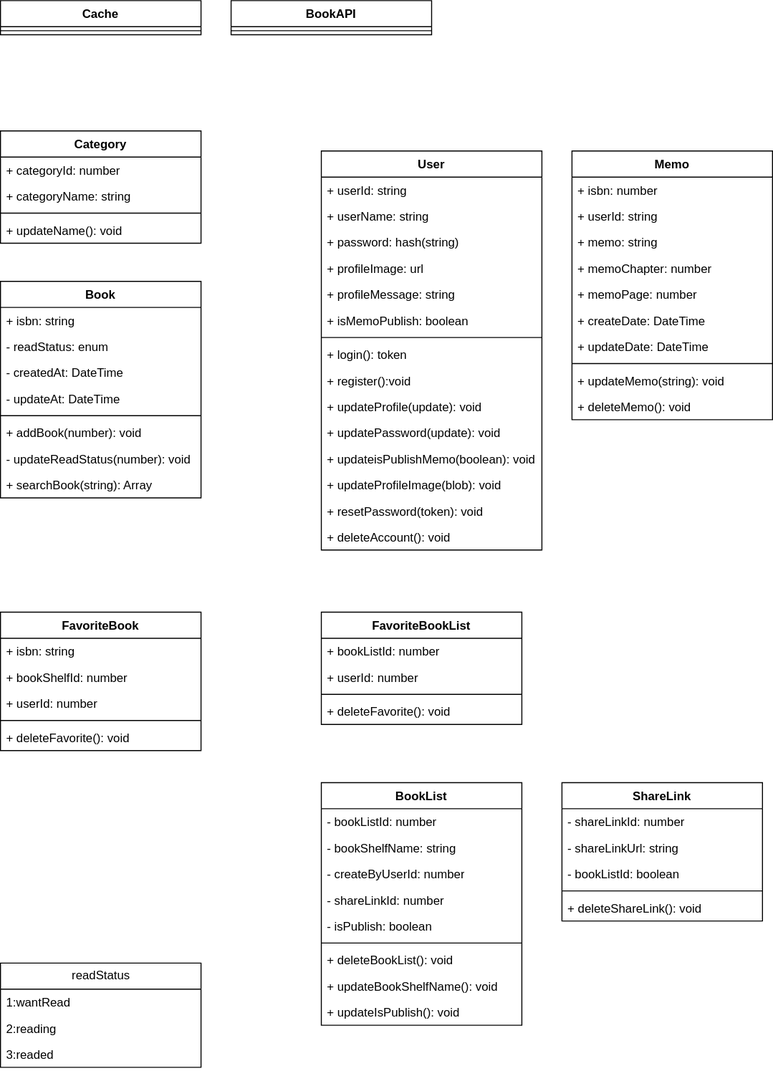
Before: _docs/UML/class.drawio.svg, a diagram exported from draw.io (ar4rpon/practice_docker). Source tidied: cells renumbered, new cells last; positions are measured from the earlier drawing's top-left corner, leaving out a move shared by most shapes.
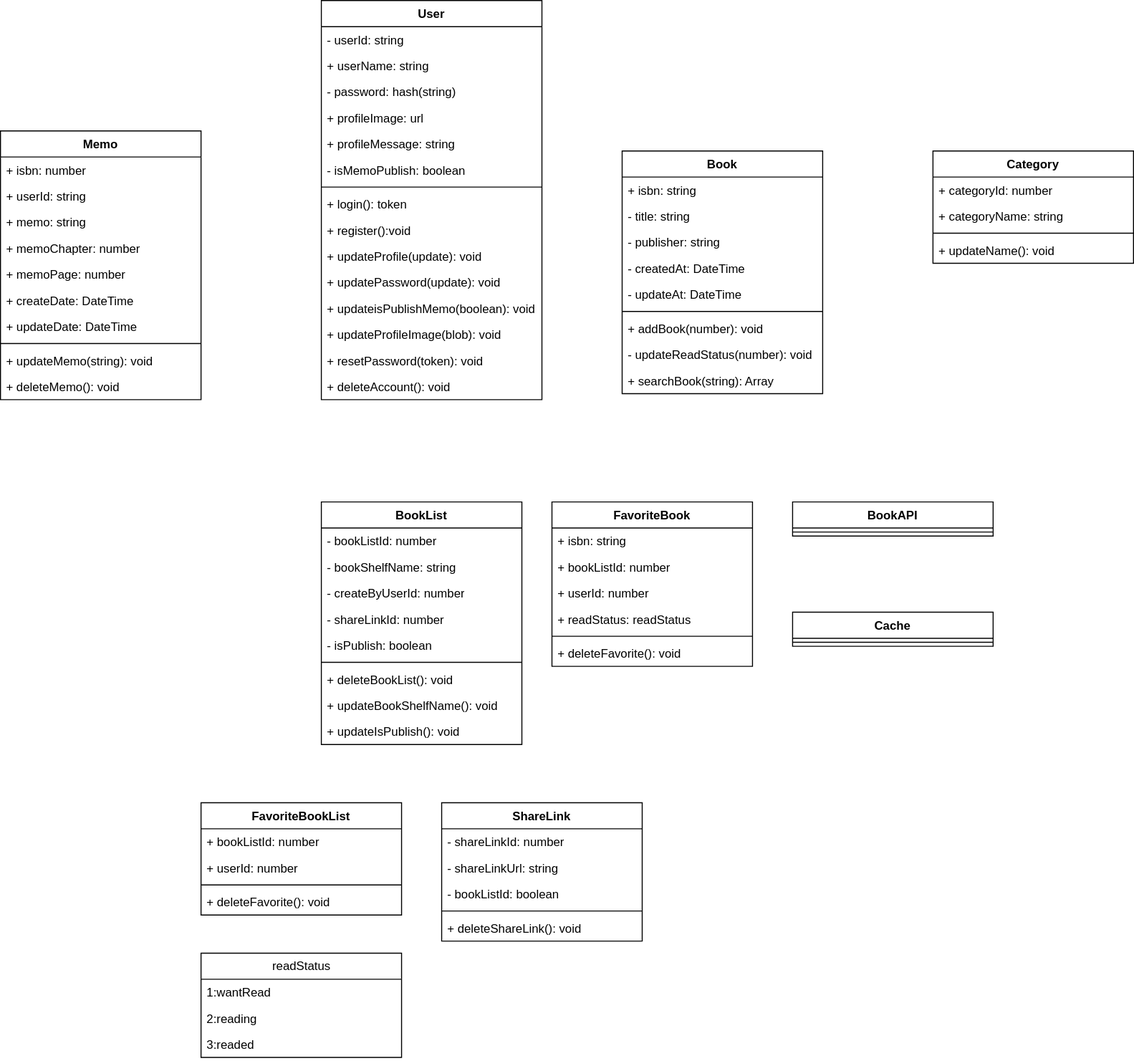
The same diagram one commit later.

The edit, as a diff of the source:
```diff
@@ -3,42 +3,45 @@
     <mxCell id="0" />
     <mxCell id="1" parent="0" />
     <mxCell id="2" value="Book" style="swimlane;fontStyle=1;align=center;verticalAlign=top;horizontal=1;startSize=26;" parent="1" vertex="1">
-      <mxGeometry y="280" width="200" height="216" as="geometry" />
+      <mxGeometry x="620" y="130" width="200" height="242" as="geometry" />
     </mxCell>
     <mxCell id="3" value="+ isbn: string" style="text;strokeColor=none;fillColor=none;align=left;verticalAlign=top;spacingLeft=4;spacingRight=4;overflow=hidden;" parent="2" vertex="1">
       <mxGeometry y="26" width="200" height="26" as="geometry" />
     </mxCell>
-    <mxCell id="4" value="- readStatus: enum" style="text;strokeColor=none;fillColor=none;align=left;verticalAlign=top;spacingLeft=4;spacingRight=4;overflow=hidden;" parent="2" vertex="1">
+    <mxCell id="4" value="- title: string " style="text;strokeColor=none;fillColor=none;align=left;verticalAlign=top;spacingLeft=4;spacingRight=4;overflow=hidden;" parent="2" vertex="1">
       <mxGeometry y="52" width="200" height="26" as="geometry" />
     </mxCell>
+    <mxCell id="78" value="- publisher: string " style="text;strokeColor=none;fillColor=none;align=left;verticalAlign=top;spacingLeft=4;spacingRight=4;overflow=hidden;" parent="2" vertex="1">
+      <mxGeometry y="78" width="200" height="26" as="geometry" />
+    </mxCell>
     <mxCell id="5" value="- createdAt: DateTime" style="text;strokeColor=none;fillColor=none;align=left;verticalAlign=top;spacingLeft=4;spacingRight=4;overflow=hidden;" parent="2" vertex="1">
-      <mxGeometry y="78" width="200" height="26" as="geometry" />
+      <mxGeometry y="104" width="200" height="26" as="geometry" />
     </mxCell>
     <mxCell id="6" value="- updateAt: DateTime" style="text;strokeColor=none;fillColor=none;align=left;verticalAlign=top;spacingLeft=4;spacingRight=4;overflow=hidden;" parent="2" vertex="1">
-      <mxGeometry y="104" width="200" height="26" as="geometry" />
+      <mxGeometry y="130" width="200" height="26" as="geometry" />
     </mxCell>
     <mxCell id="7" style="line;strokeWidth=1;fillColor=none;align=left;verticalAlign=middle;spacingTop=-1;spacingLeft=3;spacingRight=3;labelPosition=right;strokeColor=inherit;" parent="2" vertex="1">
-      <mxGeometry y="130" width="200" height="8" as="geometry" />
+      <mxGeometry y="156" width="200" height="8" as="geometry" />
     </mxCell>
     <mxCell id="8" value="+ addBook(number): void" style="text;strokeColor=none;fillColor=none;align=left;verticalAlign=top;spacingLeft=4;spacingRight=4;overflow=hidden;" parent="2" vertex="1">
-      <mxGeometry y="138" width="200" height="26" as="geometry" />
+      <mxGeometry y="164" width="200" height="26" as="geometry" />
     </mxCell>
     <mxCell id="9" value="- updateReadStatus(number): void" style="text;strokeColor=none;fillColor=none;align=left;verticalAlign=top;spacingLeft=4;spacingRight=4;overflow=hidden;" parent="2" vertex="1">
-      <mxGeometry y="164" width="200" height="26" as="geometry" />
+      <mxGeometry y="190" width="200" height="26" as="geometry" />
     </mxCell>
     <mxCell id="10" value="+ searchBook(string): Array" style="text;strokeColor=none;fillColor=none;align=left;verticalAlign=top;spacingLeft=4;spacingRight=4;overflow=hidden;" parent="2" vertex="1">
-      <mxGeometry y="190" width="200" height="26" as="geometry" />
+      <mxGeometry y="216" width="200" height="26" as="geometry" />
     </mxCell>
     <mxCell id="11" value="User" style="swimlane;fontStyle=1;align=center;verticalAlign=top;horizontal=1;startSize=26;" parent="1" vertex="1">
-      <mxGeometry x="320" y="150" width="220" height="398" as="geometry" />
+      <mxGeometry x="320" y="-20" width="220" height="398" as="geometry" />
     </mxCell>
-    <mxCell id="12" value="+ userId: string" style="text;strokeColor=none;fillColor=none;align=left;verticalAlign=top;spacingLeft=4;spacingRight=4;overflow=hidden;" parent="11" vertex="1">
+    <mxCell id="12" value="- userId: string" style="text;strokeColor=none;fillColor=none;align=left;verticalAlign=top;spacingLeft=4;spacingRight=4;overflow=hidden;" parent="11" vertex="1">
       <mxGeometry y="26" width="220" height="26" as="geometry" />
     </mxCell>
     <mxCell id="13" value="+ userName: string" style="text;strokeColor=none;fillColor=none;align=left;verticalAlign=top;spacingLeft=4;spacingRight=4;overflow=hidden;" parent="11" vertex="1">
       <mxGeometry y="52" width="220" height="26" as="geometry" />
     </mxCell>
-    <mxCell id="14" value="+ password: hash(string)" style="text;strokeColor=none;fillColor=none;align=left;verticalAlign=top;spacingLeft=4;spacingRight=4;overflow=hidden;" parent="11" vertex="1">
+    <mxCell id="14" value="- password: hash(string)" style="text;strokeColor=none;fillColor=none;align=left;verticalAlign=top;spacingLeft=4;spacingRight=4;overflow=hidden;" parent="11" vertex="1">
       <mxGeometry y="78" width="220" height="26" as="geometry" />
     </mxCell>
     <mxCell id="15" value="+ profileImage: url" style="text;strokeColor=none;fillColor=none;align=left;verticalAlign=top;spacingLeft=4;spacingRight=4;overflow=hidden;" parent="11" vertex="1">
@@ -47,7 +50,7 @@
     <mxCell id="16" value="+ profileMessage: string" style="text;strokeColor=none;fillColor=none;align=left;verticalAlign=top;spacingLeft=4;spacingRight=4;overflow=hidden;" parent="11" vertex="1">
       <mxGeometry y="130" width="220" height="26" as="geometry" />
     </mxCell>
-    <mxCell id="17" value="+ isMemoPublish: boolean" style="text;strokeColor=none;fillColor=none;align=left;verticalAlign=top;spacingLeft=4;spacingRight=4;overflow=hidden;" parent="11" vertex="1">
+    <mxCell id="17" value="- isMemoPublish: boolean" style="text;strokeColor=none;fillColor=none;align=left;verticalAlign=top;spacingLeft=4;spacingRight=4;overflow=hidden;" parent="11" vertex="1">
       <mxGeometry y="156" width="220" height="26" as="geometry" />
     </mxCell>
     <mxCell id="18" style="line;strokeWidth=1;fillColor=none;align=left;verticalAlign=middle;spacingTop=-1;spacingLeft=3;spacingRight=3;labelPosition=right;strokeColor=inherit;" parent="11" vertex="1">
@@ -78,7 +81,7 @@
       <mxGeometry y="372" width="220" height="26" as="geometry" />
     </mxCell>
     <mxCell id="27" value="Memo" style="swimlane;fontStyle=1;align=center;verticalAlign=top;horizontal=1;startSize=26;" parent="1" vertex="1">
-      <mxGeometry x="570" y="150" width="200" height="268" as="geometry" />
+      <mxGeometry y="110" width="200" height="268" as="geometry" />
     </mxCell>
     <mxCell id="28" value="+ isbn: number" style="text;strokeColor=none;fillColor=none;align=left;verticalAlign=top;spacingLeft=4;spacingRight=4;overflow=hidden;" parent="27" vertex="1">
       <mxGeometry y="26" width="200" height="26" as="geometry" />
@@ -111,7 +114,7 @@
       <mxGeometry y="242" width="200" height="26" as="geometry" />
     </mxCell>
     <mxCell id="38" value="BookList" style="swimlane;fontStyle=1;align=center;verticalAlign=top;horizontal=1;startSize=26;" parent="1" vertex="1">
-      <mxGeometry x="320" y="780" width="200" height="242" as="geometry" />
+      <mxGeometry x="320" y="480" width="200" height="242" as="geometry" />
     </mxCell>
     <mxCell id="39" value="- bookListId: number" style="text;strokeColor=none;fillColor=none;align=left;verticalAlign=top;spacingLeft=4;spacingRight=4;overflow=hidden;" parent="38" vertex="1">
       <mxGeometry y="26" width="200" height="26" as="geometry" />
@@ -141,7 +144,7 @@
       <mxGeometry y="216" width="200" height="26" as="geometry" />
     </mxCell>
     <mxCell id="48" value="FavoriteBookList" style="swimlane;fontStyle=1;align=center;verticalAlign=top;horizontal=1;startSize=26;" parent="1" vertex="1">
-      <mxGeometry x="320" y="610" width="200" height="112" as="geometry" />
+      <mxGeometry x="200" y="780" width="200" height="112" as="geometry" />
     </mxCell>
     <mxCell id="49" value="+ bookListId: number" style="text;strokeColor=none;fillColor=none;align=left;verticalAlign=top;spacingLeft=4;spacingRight=4;overflow=hidden;" parent="48" vertex="1">
       <mxGeometry y="26" width="200" height="26" as="geometry" />
@@ -156,7 +159,7 @@
       <mxGeometry y="86" width="200" height="26" as="geometry" />
     </mxCell>
     <mxCell id="53" value="&lt;span style=&quot;text-align: left;&quot;&gt;readStatus&lt;/span&gt;" style="swimlane;fontStyle=0;horizontal=1;startSize=26;fillColor=none;html=1;" parent="1" vertex="1">
-      <mxGeometry y="960" width="200" height="104" as="geometry" />
+      <mxGeometry x="200" y="930" width="200" height="104" as="geometry" />
     </mxCell>
     <mxCell id="54" value="1:wantRead" style="text;strokeColor=none;fillColor=none;align=left;verticalAlign=top;spacingLeft=4;spacingRight=4;overflow=hidden;html=1;" parent="53" vertex="1">
       <mxGeometry y="26" width="200" height="26" as="geometry" />
@@ -168,7 +171,7 @@
       <mxGeometry y="78" width="200" height="26" as="geometry" />
     </mxCell>
     <mxCell id="57" value="Category" style="swimlane;fontStyle=1;align=center;verticalAlign=top;horizontal=1;startSize=26;" parent="1" vertex="1">
-      <mxGeometry y="130" width="200" height="112" as="geometry" />
+      <mxGeometry x="930" y="130" width="200" height="112" as="geometry" />
     </mxCell>
     <mxCell id="58" value="+ categoryId: number" style="text;strokeColor=none;fillColor=none;align=left;verticalAlign=top;spacingLeft=4;spacingRight=4;overflow=hidden;" parent="57" vertex="1">
       <mxGeometry y="26" width="200" height="26" as="geometry" />
@@ -183,25 +186,28 @@
       <mxGeometry y="86" width="200" height="26" as="geometry" />
     </mxCell>
     <mxCell id="62" value="FavoriteBook" style="swimlane;fontStyle=1;align=center;verticalAlign=top;horizontal=1;startSize=26;" parent="1" vertex="1">
-      <mxGeometry y="610" width="200" height="138" as="geometry" />
+      <mxGeometry x="550" y="480" width="200" height="164" as="geometry" />
     </mxCell>
     <mxCell id="63" value="+ isbn: string" style="text;strokeColor=none;fillColor=none;align=left;verticalAlign=top;spacingLeft=4;spacingRight=4;overflow=hidden;" parent="62" vertex="1">
       <mxGeometry y="26" width="200" height="26" as="geometry" />
     </mxCell>
-    <mxCell id="64" value="+ bookShelfId: number" style="text;strokeColor=none;fillColor=none;align=left;verticalAlign=top;spacingLeft=4;spacingRight=4;overflow=hidden;" parent="62" vertex="1">
+    <mxCell id="64" value="+ bookListId: number" style="text;strokeColor=none;fillColor=none;align=left;verticalAlign=top;spacingLeft=4;spacingRight=4;overflow=hidden;" parent="62" vertex="1">
       <mxGeometry y="52" width="200" height="26" as="geometry" />
     </mxCell>
+    <mxCell id="79" value="+ userId: number" style="text;strokeColor=none;fillColor=none;align=left;verticalAlign=top;spacingLeft=4;spacingRight=4;overflow=hidden;" parent="62" vertex="1">
+      <mxGeometry y="78" width="200" height="26" as="geometry" />
+    </mxCell>
-    <mxCell id="65" value="+ userId: number" style="text;strokeColor=none;fillColor=none;align=left;verticalAlign=top;spacingLeft=4;spacingRight=4;overflow=hidden;" parent="62" vertex="1">
-      <mxGeometry y="78" width="200" height="26" as="geometry" />
+    <mxCell id="65" value="+ readStatus: readStatus" style="text;strokeColor=none;fillColor=none;align=left;verticalAlign=top;spacingLeft=4;spacingRight=4;overflow=hidden;" parent="62" vertex="1">
+      <mxGeometry y="104" width="200" height="26" as="geometry" />
     </mxCell>
     <mxCell id="66" style="line;strokeWidth=1;fillColor=none;align=left;verticalAlign=middle;spacingTop=-1;spacingLeft=3;spacingRight=3;labelPosition=right;strokeColor=inherit;" parent="62" vertex="1">
-      <mxGeometry y="104" width="200" height="8" as="geometry" />
+      <mxGeometry y="130" width="200" height="8" as="geometry" />
     </mxCell>
     <mxCell id="67" value="+ deleteFavorite(): void" style="text;strokeColor=none;fillColor=none;align=left;verticalAlign=top;spacingLeft=4;spacingRight=4;overflow=hidden;" parent="62" vertex="1">
-      <mxGeometry y="112" width="200" height="26" as="geometry" />
+      <mxGeometry y="138" width="200" height="26" as="geometry" />
     </mxCell>
     <mxCell id="68" value="ShareLink" style="swimlane;fontStyle=1;align=center;verticalAlign=top;horizontal=1;startSize=26;" parent="1" vertex="1">
-      <mxGeometry x="560" y="780" width="200" height="138" as="geometry" />
+      <mxGeometry x="440" y="780" width="200" height="138" as="geometry" />
     </mxCell>
     <mxCell id="69" value="- shareLinkId: number" style="text;strokeColor=none;fillColor=none;align=left;verticalAlign=top;spacingLeft=4;spacingRight=4;overflow=hidden;" parent="68" vertex="1">
       <mxGeometry y="26" width="200" height="26" as="geometry" />
@@ -219,13 +225,13 @@
       <mxGeometry y="112" width="200" height="26" as="geometry" />
     </mxCell>
     <mxCell id="74" value="Cache" style="swimlane;fontStyle=1;align=center;verticalAlign=top;horizontal=1;startSize=26;" parent="1" vertex="1">
-      <mxGeometry width="200" height="34" as="geometry" />
+      <mxGeometry x="790" y="590" width="200" height="34" as="geometry" />
     </mxCell>
     <mxCell id="75" style="line;strokeWidth=1;fillColor=none;align=left;verticalAlign=middle;spacingTop=-1;spacingLeft=3;spacingRight=3;labelPosition=right;strokeColor=inherit;" parent="74" vertex="1">
       <mxGeometry y="26" width="200" height="8" as="geometry" />
     </mxCell>
     <mxCell id="76" value="BookAPI" style="swimlane;fontStyle=1;align=center;verticalAlign=top;horizontal=1;startSize=26;" parent="1" vertex="1">
-      <mxGeometry x="230" width="200" height="34" as="geometry" />
+      <mxGeometry x="790" y="480" width="200" height="34" as="geometry" />
     </mxCell>
     <mxCell id="77" style="line;strokeWidth=1;fillColor=none;align=left;verticalAlign=middle;spacingTop=-1;spacingLeft=3;spacingRight=3;labelPosition=right;strokeColor=inherit;" parent="76" vertex="1">
       <mxGeometry y="26" width="200" height="8" as="geometry" />
```
